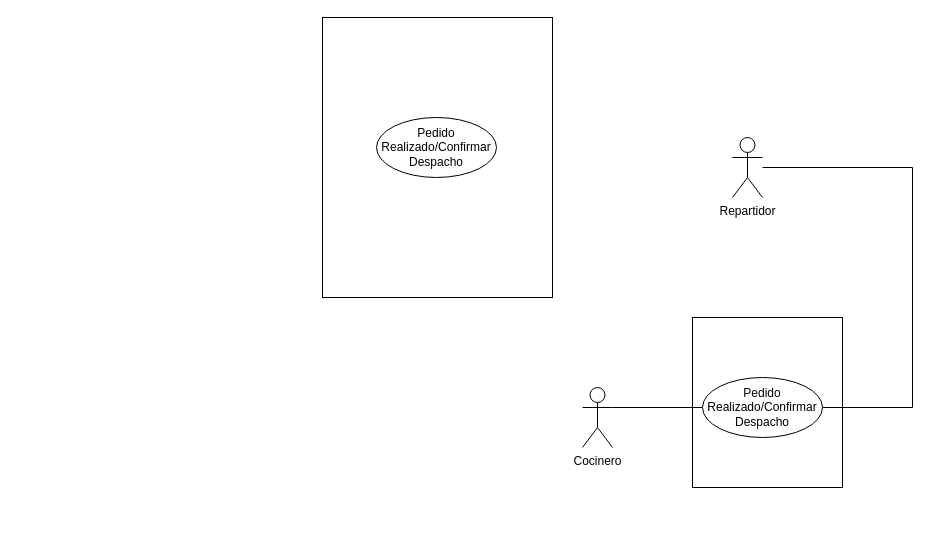
Above: Diagramas_Caso_de_Uso/Diagrama de Caso de Uso (Repartidor).drawio in jorgeortizcastillo2020-hue/MSI_JJ_PARADIGMA4-1_IEC_N2_C1 (draw.io), before the change. Source tidied: cells renumbered, new cells numbered last; positions are measured from the earlier drawing's top-left corner, leaving out a move shared by most shapes. Both pictures are drawn from the tidied source at 100%, with x=0, y=0 at pixel (322, 17).
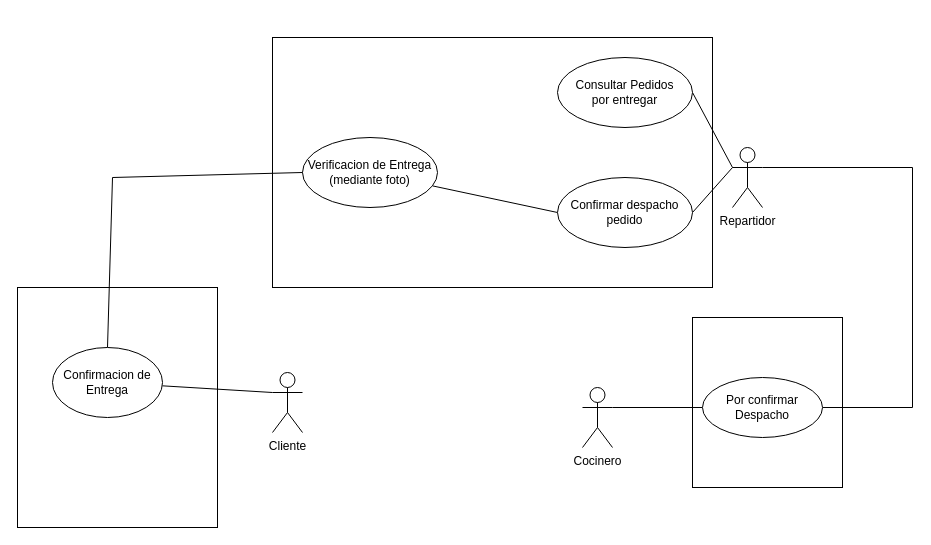
The same page after the edit.

The edit, as a diff of the source:
```diff
@@
+    <mxCell id="10" style="rounded=0;whiteSpace=wrap;html=1;" parent="1" vertex="1">
+      <mxGeometry x="-305" y="270" width="200" height="240" as="geometry" />
+    </mxCell>
+    <mxCell id="8" style="rounded=0;whiteSpace=wrap;html=1;" parent="1" vertex="1">
+      <mxGeometry x="-50" y="20" width="440" height="250" as="geometry" />
+    </mxCell>
@@
-    <mxCell id="5" style="rounded=0;jettySize=auto;html=1;exitX=1;exitY=0.5;exitDx=0;exitDy=0;defaultLabelBackgroundColor=page;endArrow=none;endFill=0;" parent="1" edge="1" source="6" target="7">
+    <mxCell id="5" style="rounded=0;jettySize=auto;html=1;exitX=1;exitY=0.5;exitDx=0;exitDy=0;defaultLabelBackgroundColor=page;endArrow=none;endFill=0;entryX=1;entryY=0.3333333333333333;entryDx=0;entryDy=0;entryPerimeter=0;" parent="1" edge="1" source="6" target="7">
       <mxGeometry relative="1" as="geometry">
         <Array as="points">
           <mxPoint x="590" y="390" />
           <mxPoint x="590" y="150" />
         </Array>
       </mxGeometry>
     </mxCell>
-    <mxCell id="6" value="Pedido Realizado/Confirmar Despacho" style="ellipse;whiteSpace=wrap;html=1;shapeInside=1;" parent="1" vertex="1">
+    <mxCell id="6" value="Por confirmar Despacho" style="ellipse;whiteSpace=wrap;html=1;shapeInside=1;" parent="1" vertex="1">
       <mxGeometry x="380" y="360" width="120" height="60" as="geometry" />
     </mxCell>
+    <mxCell id="11" style="rounded=0;jettySize=auto;html=1;exitX=0;exitY=0.3333333333333333;exitDx=0;exitDy=0;exitPerimeter=0;entryX=1;entryY=0.5;entryDx=0;entryDy=0;defaultLabelBackgroundColor=page;endArrow=none;endFill=0;" parent="1" edge="1" source="7" target="9">
+      <mxGeometry relative="1" as="geometry" />
+    </mxCell>
     <mxCell id="7" value="Repartidor" style="shape=umlActor;verticalLabelPosition=bottom;verticalAlign=top;html=1;outlineConnect=0;labelPerimeter=1;" parent="1" vertex="1">
-      <mxGeometry x="410" y="120" width="30" height="60" as="geometry" />
+      <mxGeometry x="410" y="130" width="30" height="60" as="geometry" />
     </mxCell>
-    <mxCell id="8" style="rounded=0;whiteSpace=wrap;html=1;" parent="1" vertex="1">
-      <mxGeometry width="230" height="280" as="geometry" />
-    </mxCell>
+    <mxCell id="12" style="rounded=0;jettySize=auto;html=1;exitX=0;exitY=0.3333333333333333;exitDx=0;exitDy=0;entryX=1;entryY=0.5;entryDx=0;entryDy=0;defaultLabelBackgroundColor=page;endArrow=none;endFill=0;exitPerimeter=0;" parent="1" edge="1" source="7" target="14">
+      <mxGeometry relative="1" as="geometry" />
+    </mxCell>
-    <mxCell id="9" value="Pedido Realizado/Confirmar Despacho" style="ellipse;whiteSpace=wrap;html=1;shapeInside=1;" parent="1" vertex="1">
-      <mxGeometry x="54" y="100" width="120" height="60" as="geometry" />
+    <mxCell id="9" value="Consultar Pedidos&lt;div&gt;por entregar&lt;/div&gt;" style="ellipse;whiteSpace=wrap;html=1;shapeInside=1;" parent="1" vertex="1">
+      <mxGeometry x="235" y="40" width="135" height="70" as="geometry" />
     </mxCell>
+    <mxCell id="13" style="rounded=0;jettySize=auto;html=1;exitX=0;exitY=0.5;exitDx=0;exitDy=0;defaultLabelBackgroundColor=page;endArrow=none;endFill=0;" parent="1" edge="1" source="14" target="15">
+      <mxGeometry relative="1" as="geometry" />
+    </mxCell>
+    <mxCell id="14" value="&lt;div&gt;Confirmar despacho&lt;/div&gt;&lt;div&gt;pedido&lt;/div&gt;" style="ellipse;whiteSpace=wrap;html=1;shapeInside=1;" parent="1" vertex="1">
+      <mxGeometry x="235" y="160" width="135" height="70" as="geometry" />
+    </mxCell>
+    <mxCell id="15" value="Verificacion de Entrega (mediante foto)" style="ellipse;whiteSpace=wrap;html=1;shapeInside=1;" parent="1" vertex="1">
+      <mxGeometry x="-20" y="120" width="135" height="70" as="geometry" />
+    </mxCell>
+    <mxCell id="16" style="rounded=0;jettySize=auto;html=1;exitX=0;exitY=0.3333333333333333;exitDx=0;exitDy=0;exitPerimeter=0;defaultLabelBackgroundColor=page;endArrow=none;endFill=0;" parent="1" edge="1" source="17" target="19">
+      <mxGeometry relative="1" as="geometry" />
+    </mxCell>
+    <mxCell id="17" value="Cliente" style="shape=umlActor;verticalLabelPosition=bottom;verticalAlign=top;html=1;labelPerimeter=1;" parent="1" vertex="1">
+      <mxGeometry x="-50" y="355" width="30" height="60" as="geometry" />
+    </mxCell>
+    <mxCell id="18" style="endArrow=none;html=1;rounded=0;defaultLabelBackgroundColor=page;entryX=0;entryY=0.5;entryDx=0;entryDy=0;exitX=0.5;exitY=0;exitDx=0;exitDy=0;" parent="1" edge="1" source="19" target="15">
+      <mxGeometry relative="1" as="geometry">
+        <Array as="points">
+          <mxPoint x="-210" y="160" />
+        </Array>
+      </mxGeometry>
+    </mxCell>
+    <mxCell id="19" value="Confirmacion de Entrega" style="ellipse;whiteSpace=wrap;html=1;shapeInside=1;" parent="1" vertex="1">
+      <mxGeometry x="-270" y="330" width="110" height="70" as="geometry" />
+    </mxCell>
```
